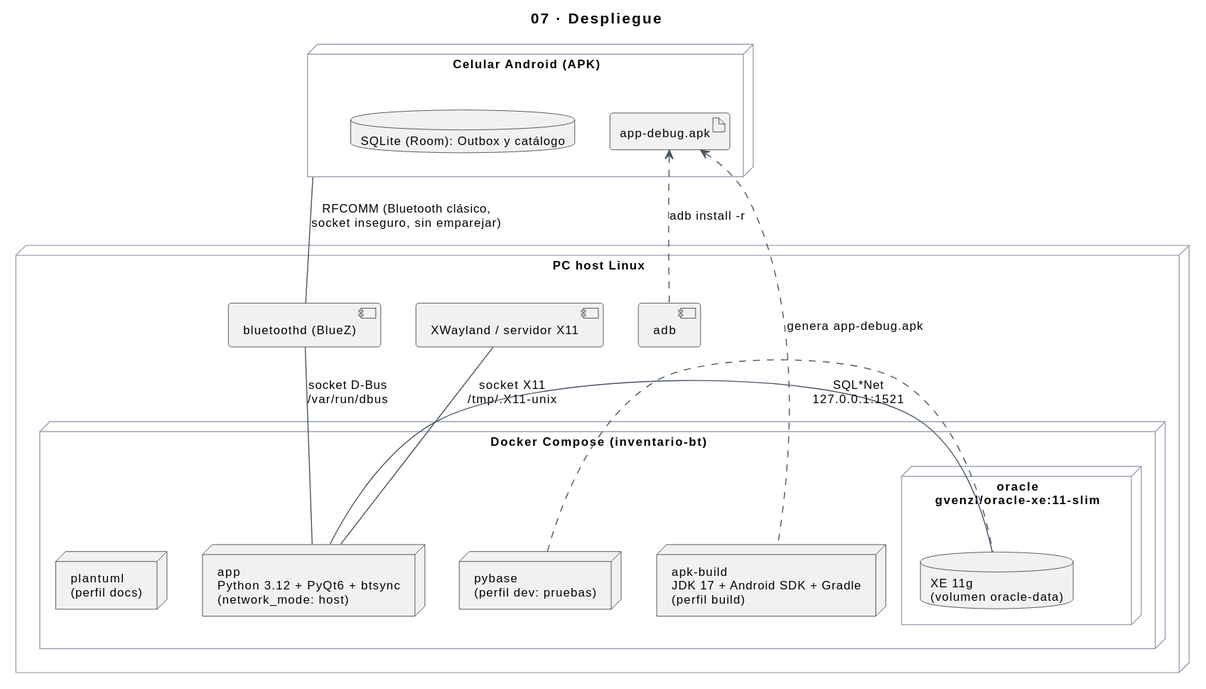
Earlier version of the PlantUML export docs/img/uml/07-despliegue.svg (sebas-archive/kardex-bt). Its diagram source:
```plantuml
@startuml
!include estilo.iuml
title 07 · Despliegue

node "Celular Android (APK)" as cel {
  artifact "app-debug.apk" as apk
  database "SQLite (Room): Outbox y catálogo" as sqlite
}

node "PC host Linux" as pc {
  component "bluetoothd (BlueZ)" as bluez
  component "XWayland / servidor X11" as x11
  component "adb" as adb
  node "Docker Compose (inventario-bt)" as dk {
    node "oracle\ngvenzl/oracle-xe:11-slim" as c_ora {
      database "XE 11g\n(volumen oracle-data)" as xe
    }
    node "app\nPython 3.12 + PyQt6 + btsync\n(network_mode: host)" as c_app
    node "apk-build\nJDK 17 + Android SDK + Gradle\n(perfil build)" as c_apk
    node "pybase\n(perfil dev: pruebas)" as c_py
    node "plantuml\n(perfil docs)" as c_uml
  }
}

cel -down- bluez : RFCOMM (Bluetooth clásico,\nsocket inseguro, sin emparejar)
bluez -down- c_app : socket D-Bus\n/var/run/dbus
x11 -down- c_app : socket X11\n/tmp/.X11-unix
c_app -right- xe : SQL*Net\n127.0.0.1:1521
c_py .right. xe
adb .up.> apk : adb install -r
c_apk .up.> apk : genera app-debug.apk
@enduml
```
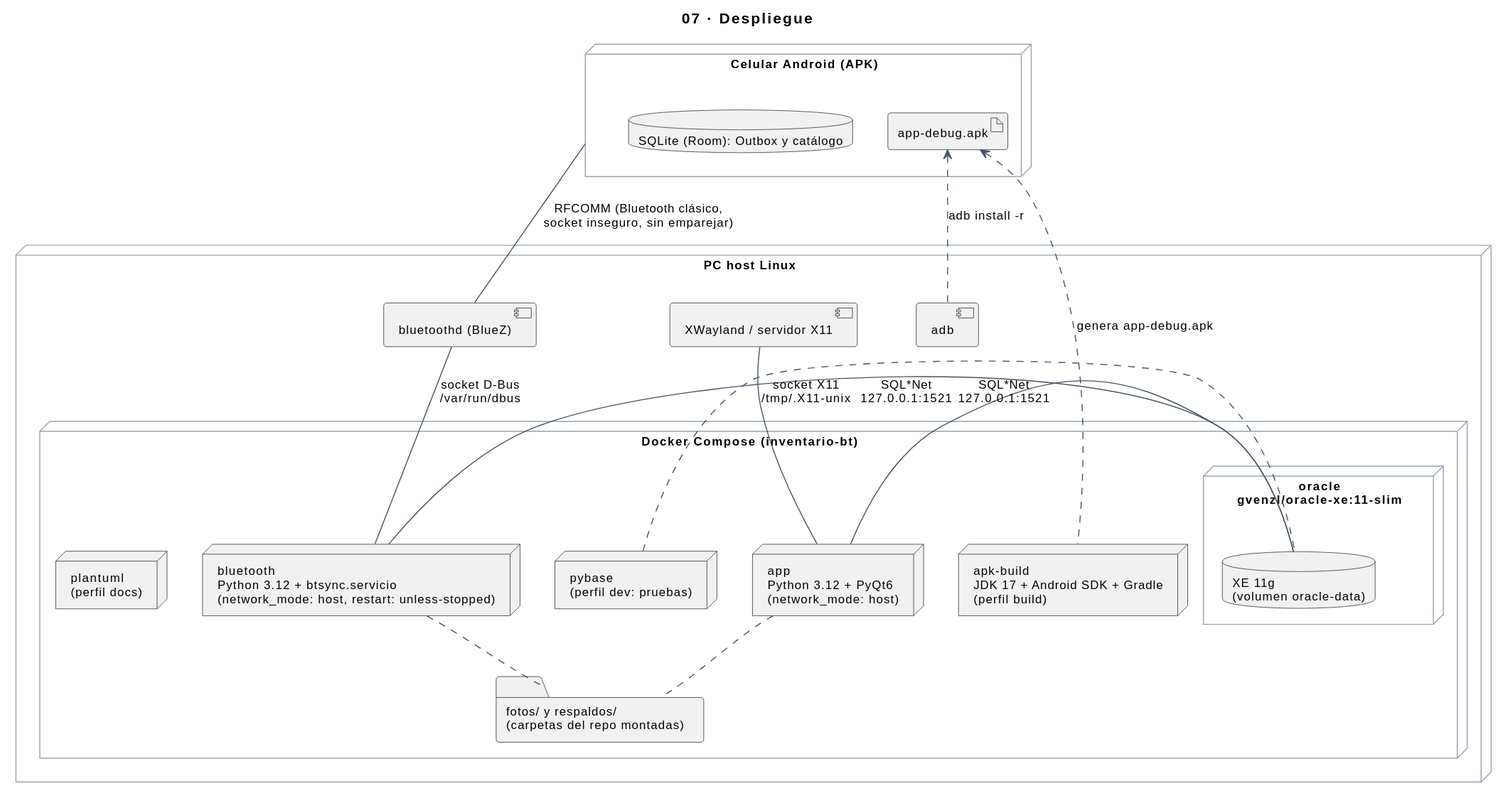
After the commit.

Diff of the diagram source:
```diff
@@ -15,7 +15,9 @@
     node "oracle\ngvenzl/oracle-xe:11-slim" as c_ora {
       database "XE 11g\n(volumen oracle-data)" as xe
     }
-    node "app\nPython 3.12 + PyQt6 + btsync\n(network_mode: host)" as c_app
+    node "app\nPython 3.12 + PyQt6\n(network_mode: host)" as c_app
+    node "bluetooth\nPython 3.12 + btsync.servicio\n(network_mode: host, restart: unless-stopped)" as c_bt
+    folder "fotos/ y respaldos/\n(carpetas del repo montadas)" as carpetas
     node "apk-build\nJDK 17 + Android SDK + Gradle\n(perfil build)" as c_apk
     node "pybase\n(perfil dev: pruebas)" as c_py
     node "plantuml\n(perfil docs)" as c_uml
@@ -23,7 +25,10 @@
 }
 
 cel -down- bluez : RFCOMM (Bluetooth clásico,\nsocket inseguro, sin emparejar)
-bluez -down- c_app : socket D-Bus\n/var/run/dbus
+bluez -down- c_bt : socket D-Bus\n/var/run/dbus
+c_bt -right- xe : SQL*Net\n127.0.0.1:1521
+c_bt .. carpetas
+c_app .. carpetas
 x11 -down- c_app : socket X11\n/tmp/.X11-unix
 c_app -right- xe : SQL*Net\n127.0.0.1:1521
 c_py .right. xe
```
